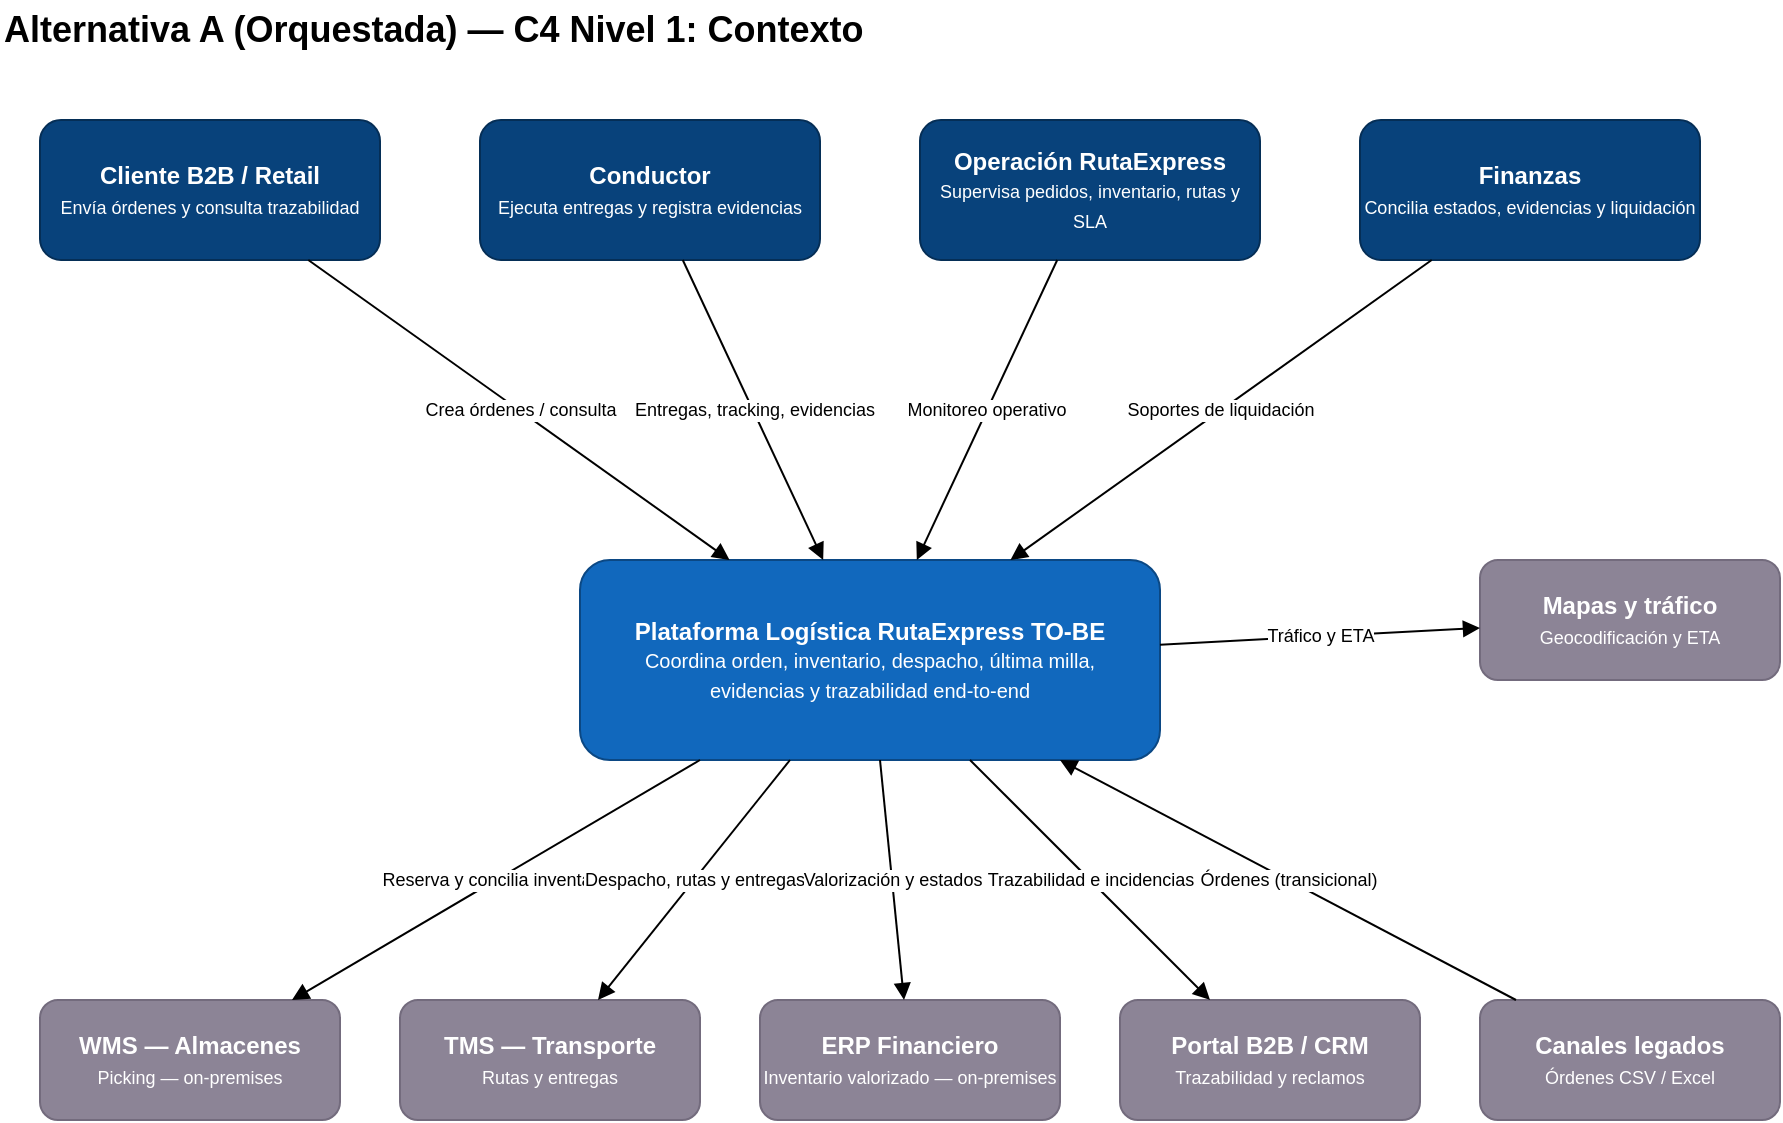
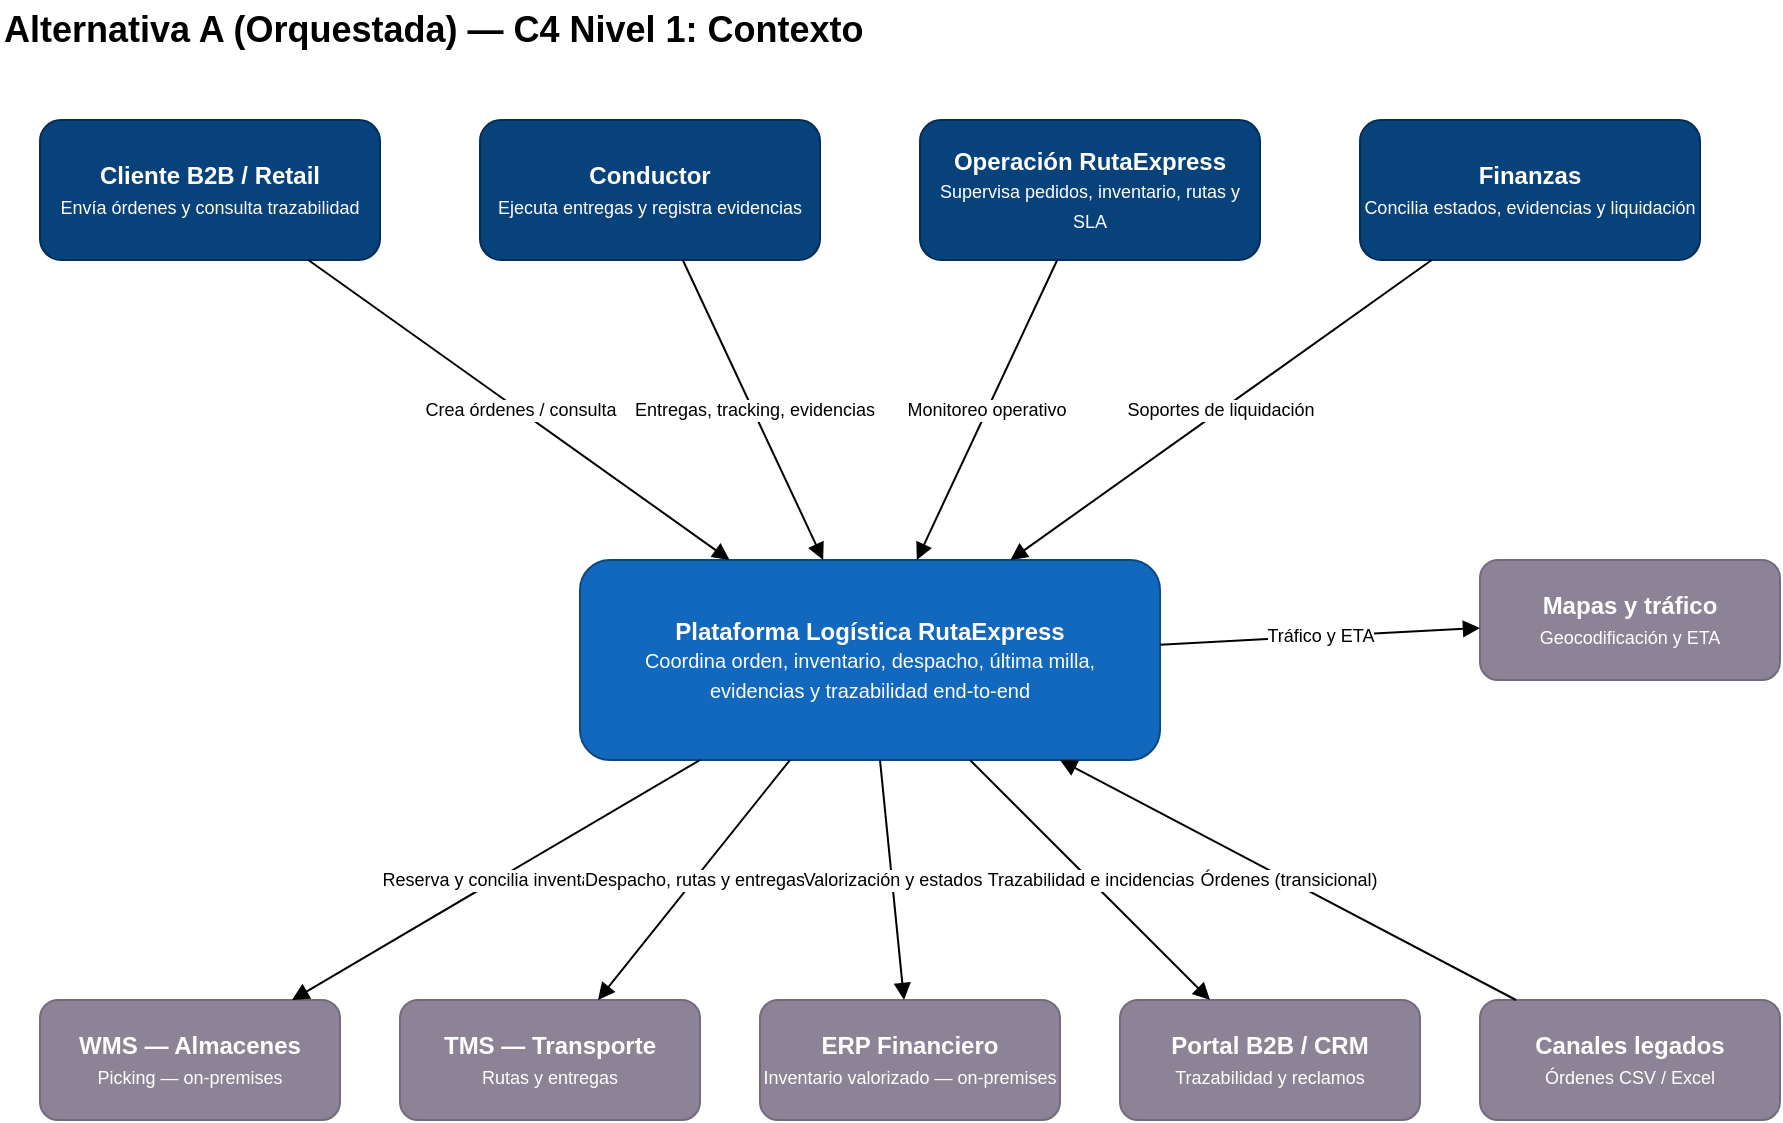
<mxfile host="app.diagrams.net" version="24.0.0" type="device">
  <diagram id="A-N1" name="A · Nivel 1 Contexto">
    <mxGraphModel dx="1200" dy="800" grid="1" gridSize="10" guides="1" tooltips="1" connect="1" arrows="1" fold="1" page="1" pageScale="1" pageWidth="1169" pageHeight="826" math="0" shadow="0">
      <root>
        <mxCell id="0" />
        <mxCell id="1" parent="0" />
        <mxCell id="t1" value="Alternativa A (Orquestada) — C4 Nivel 1: Contexto" style="text;html=1;fontSize=18;fontStyle=1;align=left;verticalAlign=middle;" vertex="1" parent="1"><mxGeometry x="40" y="20" width="700" height="30" as="geometry"/></mxCell>

        <mxCell id="a_cli" value="&lt;b&gt;Cliente B2B / Retail&lt;/b&gt;&lt;br&gt;&lt;font style=&quot;font-size:9px&quot;&gt;Envía órdenes y consulta trazabilidad&lt;/font&gt;" style="rounded=1;whiteSpace=wrap;html=1;fillColor=#08427B;strokeColor=#052E56;fontColor=#FFFFFF;" vertex="1" parent="1"><mxGeometry x="60" y="80" width="170" height="70" as="geometry"/></mxCell>
        <mxCell id="a_con" value="&lt;b&gt;Conductor&lt;/b&gt;&lt;br&gt;&lt;font style=&quot;font-size:9px&quot;&gt;Ejecuta entregas y registra evidencias&lt;/font&gt;" style="rounded=1;whiteSpace=wrap;html=1;fillColor=#08427B;strokeColor=#052E56;fontColor=#FFFFFF;" vertex="1" parent="1"><mxGeometry x="280" y="80" width="170" height="70" as="geometry"/></mxCell>
        <mxCell id="a_ope" value="&lt;b&gt;Operación RutaExpress&lt;/b&gt;&lt;br&gt;&lt;font style=&quot;font-size:9px&quot;&gt;Supervisa pedidos, inventario, rutas y SLA&lt;/font&gt;" style="rounded=1;whiteSpace=wrap;html=1;fillColor=#08427B;strokeColor=#052E56;fontColor=#FFFFFF;" vertex="1" parent="1"><mxGeometry x="500" y="80" width="170" height="70" as="geometry"/></mxCell>
        <mxCell id="a_fin" value="&lt;b&gt;Finanzas&lt;/b&gt;&lt;br&gt;&lt;font style=&quot;font-size:9px&quot;&gt;Concilia estados, evidencias y liquidación&lt;/font&gt;" style="rounded=1;whiteSpace=wrap;html=1;fillColor=#08427B;strokeColor=#052E56;fontColor=#FFFFFF;" vertex="1" parent="1"><mxGeometry x="720" y="80" width="170" height="70" as="geometry"/></mxCell>

-         <mxCell id="a_sys" value="&lt;b&gt;Plataforma Logística RutaExpress TO-BE&lt;/b&gt;&lt;br&gt;&lt;font style=&quot;font-size:10px&quot;&gt;Coordina orden, inventario, despacho, última milla,&lt;br&gt;evidencias y trazabilidad end-to-end&lt;/font&gt;" style="rounded=1;whiteSpace=wrap;html=1;fillColor=#1168BD;strokeColor=#0B4884;fontColor=#FFFFFF;" vertex="1" parent="1"><mxGeometry x="330" y="300" width="290" height="100" as="geometry"/></mxCell>
+         <mxCell id="a_sys" value="&lt;b&gt;Plataforma Logística RutaExpress&lt;/b&gt;&lt;br&gt;&lt;font style=&quot;font-size:10px&quot;&gt;Coordina orden, inventario, despacho, última milla,&lt;br&gt;evidencias y trazabilidad end-to-end&lt;/font&gt;" style="rounded=1;whiteSpace=wrap;html=1;fillColor=#1168BD;strokeColor=#0B4884;fontColor=#FFFFFF;" vertex="1" parent="1"><mxGeometry x="330" y="300" width="290" height="100" as="geometry"/></mxCell>

        <mxCell id="a_wms" value="&lt;b&gt;WMS — Almacenes&lt;/b&gt;&lt;br&gt;&lt;font style=&quot;font-size:9px&quot;&gt;Picking — on-premises&lt;/font&gt;" style="rounded=1;whiteSpace=wrap;html=1;fillColor=#8C8496;strokeColor=#736B7D;fontColor=#FFFFFF;" vertex="1" parent="1"><mxGeometry x="60" y="520" width="150" height="60" as="geometry"/></mxCell>
        <mxCell id="a_tms" value="&lt;b&gt;TMS — Transporte&lt;/b&gt;&lt;br&gt;&lt;font style=&quot;font-size:9px&quot;&gt;Rutas y entregas&lt;/font&gt;" style="rounded=1;whiteSpace=wrap;html=1;fillColor=#8C8496;strokeColor=#736B7D;fontColor=#FFFFFF;" vertex="1" parent="1"><mxGeometry x="240" y="520" width="150" height="60" as="geometry"/></mxCell>
        <mxCell id="a_erp" value="&lt;b&gt;ERP Financiero&lt;/b&gt;&lt;br&gt;&lt;font style=&quot;font-size:9px&quot;&gt;Inventario valorizado — on-premises&lt;/font&gt;" style="rounded=1;whiteSpace=wrap;html=1;fillColor=#8C8496;strokeColor=#736B7D;fontColor=#FFFFFF;" vertex="1" parent="1"><mxGeometry x="420" y="520" width="150" height="60" as="geometry"/></mxCell>
        <mxCell id="a_por" value="&lt;b&gt;Portal B2B / CRM&lt;/b&gt;&lt;br&gt;&lt;font style=&quot;font-size:9px&quot;&gt;Trazabilidad y reclamos&lt;/font&gt;" style="rounded=1;whiteSpace=wrap;html=1;fillColor=#8C8496;strokeColor=#736B7D;fontColor=#FFFFFF;" vertex="1" parent="1"><mxGeometry x="600" y="520" width="150" height="60" as="geometry"/></mxCell>
        <mxCell id="a_leg" value="&lt;b&gt;Canales legados&lt;/b&gt;&lt;br&gt;&lt;font style=&quot;font-size:9px&quot;&gt;Órdenes CSV / Excel&lt;/font&gt;" style="rounded=1;whiteSpace=wrap;html=1;fillColor=#8C8496;strokeColor=#736B7D;fontColor=#FFFFFF;" vertex="1" parent="1"><mxGeometry x="780" y="520" width="150" height="60" as="geometry"/></mxCell>
        <mxCell id="a_map" value="&lt;b&gt;Mapas y tráfico&lt;/b&gt;&lt;br&gt;&lt;font style=&quot;font-size:9px&quot;&gt;Geocodificación y ETA&lt;/font&gt;" style="rounded=1;whiteSpace=wrap;html=1;fillColor=#8C8496;strokeColor=#736B7D;fontColor=#FFFFFF;" vertex="1" parent="1"><mxGeometry x="780" y="300" width="150" height="60" as="geometry"/></mxCell>

        <mxCell id="e1" value="Crea órdenes / consulta" style="endArrow=block;html=1;fontSize=9;" edge="1" parent="1" source="a_cli" target="a_sys"><mxGeometry relative="1" as="geometry"/></mxCell>
        <mxCell id="e2" value="Entregas, tracking, evidencias" style="endArrow=block;html=1;fontSize=9;" edge="1" parent="1" source="a_con" target="a_sys"><mxGeometry relative="1" as="geometry"/></mxCell>
        <mxCell id="e3" value="Monitoreo operativo" style="endArrow=block;html=1;fontSize=9;" edge="1" parent="1" source="a_ope" target="a_sys"><mxGeometry relative="1" as="geometry"/></mxCell>
        <mxCell id="e4" value="Soportes de liquidación" style="endArrow=block;html=1;fontSize=9;" edge="1" parent="1" source="a_fin" target="a_sys"><mxGeometry relative="1" as="geometry"/></mxCell>
        <mxCell id="e5" value="Reserva y concilia inventario" style="endArrow=block;html=1;fontSize=9;" edge="1" parent="1" source="a_sys" target="a_wms"><mxGeometry relative="1" as="geometry"/></mxCell>
        <mxCell id="e6" value="Despacho, rutas y entregas" style="endArrow=block;html=1;fontSize=9;" edge="1" parent="1" source="a_sys" target="a_tms"><mxGeometry relative="1" as="geometry"/></mxCell>
        <mxCell id="e7" value="Valorización y estados" style="endArrow=block;html=1;fontSize=9;" edge="1" parent="1" source="a_sys" target="a_erp"><mxGeometry relative="1" as="geometry"/></mxCell>
        <mxCell id="e8" value="Trazabilidad e incidencias" style="endArrow=block;html=1;fontSize=9;" edge="1" parent="1" source="a_sys" target="a_por"><mxGeometry relative="1" as="geometry"/></mxCell>
        <mxCell id="e9" value="Órdenes (transicional)" style="endArrow=block;html=1;fontSize=9;" edge="1" parent="1" source="a_leg" target="a_sys"><mxGeometry relative="1" as="geometry"/></mxCell>
        <mxCell id="e10" value="Tráfico y ETA" style="endArrow=block;html=1;fontSize=9;" edge="1" parent="1" source="a_sys" target="a_map"><mxGeometry relative="1" as="geometry"/></mxCell>
      </root>
    </mxGraphModel>
  </diagram>

  <diagram id="A-N2" name="A · Nivel 2 Contenedores">
    <mxGraphModel dx="1200" dy="800" grid="1" gridSize="10" guides="1" tooltips="1" connect="1" arrows="1" fold="1" page="1" pageScale="1" pageWidth="1600" pageHeight="1100" math="0" shadow="0">
      <root>
        <mxCell id="0" />
        <mxCell id="1" parent="0" />
        <mxCell id="t2" value="Alternativa A (Orquestada) — C4 Nivel 2: Contenedores" style="text;html=1;fontSize=18;fontStyle=1;align=left;" vertex="1" parent="1"><mxGeometry x="40" y="20" width="800" height="30" as="geometry"/></mxCell>

        <mxCell id="n2_cli" value="Cliente B2B" style="rounded=1;whiteSpace=wrap;html=1;fillColor=#08427B;strokeColor=#052E56;fontColor=#FFFFFF;" vertex="1" parent="1"><mxGeometry x="60" y="70" width="120" height="50" as="geometry"/></mxCell>
        <mxCell id="n2_con" value="Conductor" style="rounded=1;whiteSpace=wrap;html=1;fillColor=#08427B;strokeColor=#052E56;fontColor=#FFFFFF;" vertex="1" parent="1"><mxGeometry x="1180" y="70" width="120" height="50" as="geometry"/></mxCell>
        <mxCell id="n2_ope" value="Operación / Finanzas" style="rounded=1;whiteSpace=wrap;html=1;fillColor=#08427B;strokeColor=#052E56;fontColor=#FFFFFF;" vertex="1" parent="1"><mxGeometry x="220" y="70" width="120" height="50" as="geometry"/></mxCell>

        <mxCell id="cl_azure" value="Azure — Núcleo e Integración" style="rounded=1;fillColor=none;strokeColor=#0078D4;dashed=1;verticalAlign=top;fontColor=#0078D4;fontStyle=1;html=1;" vertex="1" parent="1"><mxGeometry x="40" y="160" width="760" height="620" as="geometry"/></mxCell>
        <mxCell id="ic_apim" value="API Management&#10;&lt;font style=&quot;font-size:8px&quot;&gt;Gateway: OpenAPI, OAuth2, rate limit&lt;/font&gt;" style="sketch=0;html=1;aspect=fixed;verticalLabelPosition=bottom;verticalAlign=top;align=center;fontSize=9;fillColor=#0078D4;strokeColor=none;shape=mxgraph.azure.api_management;" vertex="1" parent="1"><mxGeometry x="90" y="220" width="60" height="60" as="geometry"/></mxCell>
        <mxCell id="ic_oms" value="OMS — Orquestador (AKS)&#10;&lt;font style=&quot;font-size:8px&quot;&gt;Orden, inventario, Saga, estado canónico&lt;/font&gt;" style="sketch=0;html=1;aspect=fixed;verticalLabelPosition=bottom;verticalAlign=top;align=center;fontSize=9;fillColor=#0078D4;strokeColor=none;shape=mxgraph.azure.kubernetes_services;" vertex="1" parent="1"><mxGeometry x="330" y="220" width="60" height="60" as="geometry"/></mxCell>
        <mxCell id="ic_sql" value="Azure SQL&#10;&lt;font style=&quot;font-size:8px&quot;&gt;Órdenes, inventario, outbox&lt;/font&gt;" style="sketch=0;html=1;aspect=fixed;verticalLabelPosition=bottom;verticalAlign=top;align=center;fontSize=9;fillColor=#0078D4;strokeColor=none;shape=mxgraph.azure.sql_database;" vertex="1" parent="1"><mxGeometry x="560" y="220" width="60" height="60" as="geometry"/></mxCell>
        <mxCell id="ic_bus" value="Bus de Eventos&#10;&lt;font style=&quot;font-size:8px&quot;&gt;Event Hubs + Service Bus: DLQ, replay&lt;/font&gt;" style="sketch=0;html=1;aspect=fixed;verticalLabelPosition=bottom;verticalAlign=top;align=center;fontSize=9;fillColor=#0078D4;strokeColor=none;shape=mxgraph.azure.event_hubs;" vertex="1" parent="1"><mxGeometry x="330" y="420" width="60" height="60" as="geometry"/></mxCell>
        <mxCell id="ic_iam" value="Entra ID + Key Vault&#10;&lt;font style=&quot;font-size:8px&quot;&gt;Identidad y secretos&lt;/font&gt;" style="sketch=0;html=1;aspect=fixed;verticalLabelPosition=bottom;verticalAlign=top;align=center;fontSize=9;fillColor=#5E5E5E;strokeColor=none;shape=mxgraph.azure.azure_active_directory;" vertex="1" parent="1"><mxGeometry x="90" y="620" width="60" height="60" as="geometry"/></mxCell>
        <mxCell id="ic_obs" value="Azure Monitor&#10;&lt;font style=&quot;font-size:8px&quot;&gt;Trazas, métricas, correlation ID&lt;/font&gt;" style="sketch=0;html=1;aspect=fixed;verticalLabelPosition=bottom;verticalAlign=top;align=center;fontSize=9;fillColor=#5E5E5E;strokeColor=none;shape=mxgraph.azure.monitor;" vertex="1" parent="1"><mxGeometry x="330" y="620" width="60" height="60" as="geometry"/></mxCell>

        <mxCell id="cl_aws" value="AWS — Última Milla" style="rounded=1;fillColor=none;strokeColor=#FF9900;dashed=1;verticalAlign=top;fontColor=#D86613;fontStyle=1;html=1;" vertex="1" parent="1"><mxGeometry x="840" y="160" width="360" height="300" as="geometry"/></mxCell>
        <mxCell id="ic_mob" value="Backend Última Milla&#10;&lt;font style=&quot;font-size:8px&quot;&gt;ECS/Lambda: store-and-forward&lt;/font&gt;" style="sketch=0;outlineConnect=0;fontColor=#232F3E;gradientColor=none;fillColor=#ED7100;strokeColor=none;verticalLabelPosition=bottom;verticalAlign=top;align=center;html=1;fontSize=9;aspect=fixed;shape=mxgraph.aws4.resourceIcon;resIcon=mxgraph.aws4.elastic_container_service;" vertex="1" parent="1"><mxGeometry x="880" y="220" width="60" height="60" as="geometry"/></mxCell>
        <mxCell id="ic_ddb" value="DynamoDB&#10;&lt;font style=&quot;font-size:8px&quot;&gt;Sincronización móvil offline&lt;/font&gt;" style="sketch=0;outlineConnect=0;fontColor=#232F3E;gradientColor=none;fillColor=#C925D1;strokeColor=none;verticalLabelPosition=bottom;verticalAlign=top;align=center;html=1;fontSize=9;aspect=fixed;shape=mxgraph.aws4.resourceIcon;resIcon=mxgraph.aws4.dynamodb;" vertex="1" parent="1"><mxGeometry x="1060" y="220" width="60" height="60" as="geometry"/></mxCell>
        <mxCell id="ic_s3" value="S3 + KMS&#10;&lt;font style=&quot;font-size:8px&quot;&gt;Evidencias con hash&lt;/font&gt;" style="sketch=0;outlineConnect=0;fontColor=#232F3E;gradientColor=none;fillColor=#7AA116;strokeColor=none;verticalLabelPosition=bottom;verticalAlign=top;align=center;html=1;fontSize=9;aspect=fixed;shape=mxgraph.aws4.resourceIcon;resIcon=mxgraph.aws4.simple_storage_service;" vertex="1" parent="1"><mxGeometry x="970" y="360" width="60" height="60" as="geometry"/></mxCell>

        <mxCell id="cl_gcp" value="GCP — Analítica" style="rounded=1;fillColor=none;strokeColor=#4285F4;dashed=1;verticalAlign=top;fontColor=#4285F4;fontStyle=1;html=1;" vertex="1" parent="1"><mxGeometry x="840" y="500" width="360" height="180" as="geometry"/></mxCell>
        <mxCell id="ic_gcp" value="Optimización y Analítica&#10;&lt;font style=&quot;font-size:8px&quot;&gt;Pub/Sub, Dataflow, BigQuery, Vertex AI&lt;/font&gt;" style="sketch=0;html=1;aspect=fixed;verticalLabelPosition=bottom;verticalAlign=top;align=center;fontSize=9;fillColor=#4285F4;strokeColor=none;shape=mxgraph.gcp2.big_query;" vertex="1" parent="1"><mxGeometry x="990" y="550" width="60" height="60" as="geometry"/></mxCell>

        <mxCell id="cl_onp" value="On-premises" style="rounded=1;fillColor=none;strokeColor=#666666;dashed=1;verticalAlign=top;fontColor=#666666;fontStyle=1;html=1;" vertex="1" parent="1"><mxGeometry x="40" y="820" width="360" height="120" as="geometry"/></mxCell>
        <mxCell id="ex_wms" value="WMS — Almacenes" style="rounded=1;whiteSpace=wrap;html=1;fillColor=#8C8496;strokeColor=#736B7D;fontColor=#FFFFFF;" vertex="1" parent="1"><mxGeometry x="70" y="860" width="140" height="50" as="geometry"/></mxCell>
        <mxCell id="ex_erp" value="ERP Financiero" style="rounded=1;whiteSpace=wrap;html=1;fillColor=#8C8496;strokeColor=#736B7D;fontColor=#FFFFFF;" vertex="1" parent="1"><mxGeometry x="230" y="860" width="140" height="50" as="geometry"/></mxCell>
        <mxCell id="ex_tms" value="TMS — Transporte" style="rounded=1;whiteSpace=wrap;html=1;fillColor=#8C8496;strokeColor=#736B7D;fontColor=#FFFFFF;" vertex="1" parent="1"><mxGeometry x="840" y="720" width="140" height="50" as="geometry"/></mxCell>
        <mxCell id="ex_por" value="Portal B2B / CRM" style="rounded=1;whiteSpace=wrap;html=1;fillColor=#8C8496;strokeColor=#736B7D;fontColor=#FFFFFF;" vertex="1" parent="1"><mxGeometry x="1010" y="720" width="140" height="50" as="geometry"/></mxCell>
        <mxCell id="ex_map" value="Mapas y tráfico" style="rounded=1;whiteSpace=wrap;html=1;fillColor=#8C8496;strokeColor=#736B7D;fontColor=#FFFFFF;" vertex="1" parent="1"><mxGeometry x="1180" y="550" width="140" height="50" as="geometry"/></mxCell>

        <mxCell id="r1" value="Órdenes/consultas HTTPS/REST" style="endArrow=block;html=1;fontSize=8;" edge="1" parent="1" source="n2_cli" target="ic_apim"><mxGeometry relative="1" as="geometry"/></mxCell>
        <mxCell id="r2" value="Consultas HTTPS" style="endArrow=block;html=1;fontSize=8;" edge="1" parent="1" source="n2_ope" target="ic_apim"><mxGeometry relative="1" as="geometry"/></mxCell>
        <mxCell id="r3" value="HTTPS · OAuth2+PKCE" style="endArrow=block;html=1;fontSize=8;" edge="1" parent="1" source="n2_con" target="ic_mob"><mxGeometry relative="1" as="geometry"/></mxCell>
        <mxCell id="r4" value="Comandos/consultas HTTPS/REST" style="endArrow=block;html=1;fontSize=8;" edge="1" parent="1" source="ic_apim" target="ic_oms"><mxGeometry relative="1" as="geometry"/></mxCell>
        <mxCell id="r5" value="TDS · private endpoint" style="endArrow=block;html=1;fontSize=8;" edge="1" parent="1" source="ic_oms" target="ic_sql"><mxGeometry relative="1" as="geometry"/></mxCell>
        <mxCell id="r6" value="Publica eventos (Outbox) · AMQP" style="endArrow=block;html=1;fontSize=8;" edge="1" parent="1" source="ic_oms" target="ic_bus"><mxGeometry relative="1" as="geometry"/></mxCell>
        <mxCell id="r7" value="Reserva física · VPN" style="endArrow=block;html=1;fontSize=8;" edge="1" parent="1" source="ic_oms" target="ex_wms"><mxGeometry relative="1" as="geometry"/></mxCell>
        <mxCell id="r8" value="Valorización · VPN" style="endArrow=block;html=1;fontSize=8;" edge="1" parent="1" source="ic_oms" target="ex_erp"><mxGeometry relative="1" as="geometry"/></mxCell>
        <mxCell id="r9" value="Eventos despacho/ruta · AMQP→HTTPS" style="endArrow=block;html=1;fontSize=8;" edge="1" parent="1" source="ic_bus" target="ic_mob"><mxGeometry relative="1" as="geometry"/></mxCell>
        <mxCell id="r10" value="Sync offline" style="endArrow=block;html=1;fontSize=8;" edge="1" parent="1" source="ic_mob" target="ic_ddb"><mxGeometry relative="1" as="geometry"/></mxCell>
        <mxCell id="r11" value="Evidencias · KMS" style="endArrow=block;html=1;fontSize=8;" edge="1" parent="1" source="ic_mob" target="ic_s3"><mxGeometry relative="1" as="geometry"/></mxCell>
        <mxCell id="r12" value="Tracking/evidencia · HTTPS→AMQP" style="endArrow=block;html=1;fontSize=8;" edge="1" parent="1" source="ic_mob" target="ic_bus"><mxGeometry relative="1" as="geometry"/></mxCell>
        <mxCell id="r13" value="Stream de eventos · AMQP→Pub/Sub" style="endArrow=block;html=1;fontSize=8;" edge="1" parent="1" source="ic_bus" target="ic_gcp"><mxGeometry relative="1" as="geometry"/></mxCell>
        <mxCell id="r14" value="Estados y excepciones" style="endArrow=block;html=1;fontSize=8;" edge="1" parent="1" source="ic_bus" target="ex_por"><mxGeometry relative="1" as="geometry"/></mxCell>
        <mxCell id="r15" value="Despacho y entregas" style="endArrow=block;html=1;fontSize=8;" edge="1" parent="1" source="ic_bus" target="ex_tms"><mxGeometry relative="1" as="geometry"/></mxCell>
        <mxCell id="r16" value="Rutas optimizadas" style="endArrow=block;html=1;fontSize=8;" edge="1" parent="1" source="ic_gcp" target="ex_tms"><mxGeometry relative="1" as="geometry"/></mxCell>
        <mxCell id="r17" value="Tráfico y ETA" style="endArrow=block;html=1;fontSize=8;" edge="1" parent="1" source="ic_gcp" target="ex_map"><mxGeometry relative="1" as="geometry"/></mxCell>
        <mxCell id="r18" value="OIDC / Key Vault" style="endArrow=block;html=1;dashed=1;fontSize=8;" edge="1" parent="1" source="ic_oms" target="ic_iam"><mxGeometry relative="1" as="geometry"/></mxCell>
        <mxCell id="r19" value="OTLP" style="endArrow=block;html=1;dashed=1;fontSize=8;" edge="1" parent="1" source="ic_oms" target="ic_obs"><mxGeometry relative="1" as="geometry"/></mxCell>
      </root>
    </mxGraphModel>
  </diagram>

  <diagram id="A-N3" name="A · Nivel 3 Reserva Inventario">
    <mxGraphModel dx="1200" dy="800" grid="1" gridSize="10" guides="1" tooltips="1" connect="1" arrows="1" fold="1" page="1" pageScale="1" pageWidth="1500" pageHeight="900" math="0" shadow="0">
      <root>
        <mxCell id="0" />
        <mxCell id="1" parent="0" />
        <mxCell id="t3" value="Alternativa A (Orquestada) — C4 Nivel 3: Reserva de Inventario (dentro del OMS)" style="text;html=1;fontSize=16;fontStyle=1;align=left;" vertex="1" parent="1"><mxGeometry x="40" y="20" width="1000" height="30" as="geometry"/></mxCell>
        <mxCell id="t3b" value="La Saga COMANDA cada paso y ejecuta la compensación — comparar con B (mismo dominio, coreografiado)" style="text;html=1;fontSize=11;fontStyle=2;align=left;fontColor=#666666;" vertex="1" parent="1"><mxGeometry x="40" y="50" width="1000" height="20" as="geometry"/></mxCell>

        <mxCell id="x_bus" value="Bus de Eventos&#10;(Event Hubs + Service Bus)" style="rounded=1;whiteSpace=wrap;html=1;fillColor=#8C8496;strokeColor=#736B7D;fontColor=#FFFFFF;fontSize=9;" vertex="1" parent="1"><mxGeometry x="60" y="120" width="150" height="60" as="geometry"/></mxCell>
        <mxCell id="x_sql" value="BD Transaccional&#10;(Azure SQL: estado + outbox)" style="shape=cylinder3;whiteSpace=wrap;html=1;fillColor=#8C8496;strokeColor=#736B7D;fontColor=#FFFFFF;fontSize=9;boundedLbl=1;backgroundOutline=1;" vertex="1" parent="1"><mxGeometry x="1300" y="300" width="130" height="70" as="geometry"/></mxCell>
        <mxCell id="x_wms" value="WMS — Almacenes&#10;(on-premises)" style="rounded=1;whiteSpace=wrap;html=1;fillColor=#8C8496;strokeColor=#736B7D;fontColor=#FFFFFF;fontSize=9;" vertex="1" parent="1"><mxGeometry x="1300" y="480" width="130" height="50" as="geometry"/></mxCell>
        <mxCell id="x_erp" value="ERP Financiero&#10;(on-premises)" style="rounded=1;whiteSpace=wrap;html=1;fillColor=#8C8496;strokeColor=#736B7D;fontColor=#FFFFFF;fontSize=9;" vertex="1" parent="1"><mxGeometry x="1300" y="560" width="130" height="50" as="geometry"/></mxCell>
        <mxCell id="x_iam" value="Identidad y Secretos&#10;(Entra ID + Key Vault)" style="rounded=1;whiteSpace=wrap;html=1;fillColor=#8C8496;strokeColor=#736B7D;fontColor=#FFFFFF;fontSize=9;" vertex="1" parent="1"><mxGeometry x="60" y="760" width="150" height="50" as="geometry"/></mxCell>

        <mxCell id="bnd_oms" value="OMS — Reserva de Inventario (orquestada por la Saga)" style="rounded=1;fillColor=none;strokeColor=#0B4884;dashed=1;verticalAlign=top;fontColor=#0B4884;fontStyle=1;html=1;" vertex="1" parent="1"><mxGeometry x="300" y="100" width="940" height="720" as="geometry"/></mxCell>

        <mxCell id="c_saga" value="&lt;b&gt;Orquestador de Reserva (Saga)&lt;/b&gt;&lt;br&gt;&lt;font style=&quot;font-size:8px&quot;&gt;COMANDA cada paso y ejecuta la compensación&lt;/font&gt;" style="rounded=1;whiteSpace=wrap;html=1;fillColor=#1168BD;strokeColor=#0B4884;fontColor=#FFFFFF;fontSize=10;fontStyle=1;" vertex="1" parent="1"><mxGeometry x="640" y="360" width="240" height="80" as="geometry"/></mxCell>
        <mxCell id="c_res" value="&lt;b&gt;Manejador de Reserva&lt;/b&gt;&lt;br&gt;&lt;font style=&quot;font-size:8px&quot;&gt;Reserva atómica: Reservado o Insuficiente&lt;/font&gt;" style="rounded=1;whiteSpace=wrap;html=1;fillColor=#85BBF0;strokeColor=#5D82A8;fontSize=9;" vertex="1" parent="1"><mxGeometry x="360" y="230" width="200" height="60" as="geometry"/></mxCell>
        <mxCell id="c_inv" value="&lt;b&gt;Inventario y Reservas&lt;/b&gt;&lt;br&gt;&lt;font style=&quot;font-size:8px&quot;&gt;Disponibilidad y estado del stock&lt;/font&gt;" style="rounded=1;whiteSpace=wrap;html=1;fillColor=#85BBF0;strokeColor=#5D82A8;fontSize=9;" vertex="1" parent="1"><mxGeometry x="360" y="370" width="200" height="60" as="geometry"/></mxCell>
        <mxCell id="c_aud" value="&lt;b&gt;Registro Auditable de Movimientos&lt;/b&gt;&lt;br&gt;&lt;font style=&quot;font-size:8px&quot;&gt;Actor, motivo, correlation ID&lt;/font&gt;" style="rounded=1;whiteSpace=wrap;html=1;fillColor=#85BBF0;strokeColor=#5D82A8;fontSize=9;" vertex="1" parent="1"><mxGeometry x="360" y="510" width="200" height="60" as="geometry"/></mxCell>
        <mxCell id="c_recon" value="&lt;b&gt;Reconciliador&lt;/b&gt;&lt;br&gt;&lt;font style=&quot;font-size:8px&quot;&gt;Conflictos WMS central vs locales&lt;/font&gt;" style="rounded=1;whiteSpace=wrap;html=1;fillColor=#85BBF0;strokeColor=#5D82A8;fontSize=9;" vertex="1" parent="1"><mxGeometry x="360" y="650" width="200" height="60" as="geometry"/></mxCell>
        <mxCell id="c_adapt" value="&lt;b&gt;Adaptador de Transición WMS&lt;/b&gt;&lt;br&gt;&lt;font style=&quot;font-size:8px&quot;&gt;Circuit Breaker + Timeout + Retry&lt;/font&gt;" style="rounded=1;whiteSpace=wrap;html=1;fillColor=#85BBF0;strokeColor=#5D82A8;fontSize=9;" vertex="1" parent="1"><mxGeometry x="960" y="480" width="200" height="60" as="geometry"/></mxCell>
        <mxCell id="c_outbox" value="&lt;b&gt;Publicador Outbox&lt;/b&gt;&lt;br&gt;&lt;font style=&quot;font-size:8px&quot;&gt;Publica el resultado de forma confiable&lt;/font&gt;" style="rounded=1;whiteSpace=wrap;html=1;fillColor=#85BBF0;strokeColor=#5D82A8;fontSize=9;" vertex="1" parent="1"><mxGeometry x="960" y="650" width="200" height="60" as="geometry"/></mxCell>

        <mxCell id="m1" value="Reservar (comando)" style="endArrow=block;html=1;fontSize=8;strokeColor=#0B4884;strokeWidth=2;" edge="1" parent="1" source="c_saga" target="c_res"><mxGeometry relative="1" as="geometry"/></mxCell>
        <mxCell id="m2" value="Liberar — COMPENSACIÓN (comando)" style="endArrow=block;html=1;fontSize=8;strokeColor=#B85450;strokeWidth=2;dashed=1;" edge="1" parent="1" source="c_saga" target="c_res"><mxGeometry relative="1" as="geometry"><mxPoint x="600" y="330" as="sourcePoint"/></mxGeometry></mxCell>
        <mxCell id="m3" value="Reserva física (comando)" style="endArrow=block;html=1;fontSize=8;strokeColor=#0B4884;strokeWidth=2;" edge="1" parent="1" source="c_saga" target="c_adapt"><mxGeometry relative="1" as="geometry"/></mxCell>
        <mxCell id="m4" value="Valorización (comando) · VPN" style="endArrow=block;html=1;fontSize=8;strokeColor=#0B4884;strokeWidth=2;" edge="1" parent="1" source="c_saga" target="x_erp"><mxGeometry relative="1" as="geometry"/></mxCell>
        <mxCell id="m5" value="Verifica y reserva" style="endArrow=block;html=1;fontSize=8;" edge="1" parent="1" source="c_res" target="c_inv"><mxGeometry relative="1" as="geometry"/></mxCell>
        <mxCell id="m6" value="Registra" style="endArrow=block;html=1;fontSize=8;" edge="1" parent="1" source="c_res" target="c_aud"><mxGeometry relative="1" as="geometry"/></mxCell>
        <mxCell id="m7" value="Reserva/consulta · VPN" style="endArrow=block;html=1;fontSize=8;" edge="1" parent="1" source="c_adapt" target="x_wms"><mxGeometry relative="1" as="geometry"/></mxCell>
        <mxCell id="m8" value="Deriva conflictos" style="endArrow=block;html=1;fontSize=8;" edge="1" parent="1" source="c_inv" target="c_recon"><mxGeometry relative="1" as="geometry"/></mxCell>
        <mxCell id="m9" value="Persiste + outbox · TDS" style="endArrow=block;html=1;fontSize=8;" edge="1" parent="1" source="c_res" target="x_sql"><mxGeometry relative="1" as="geometry"/></mxCell>
        <mxCell id="m10" value="Lee outbox · TDS" style="endArrow=block;html=1;fontSize=8;" edge="1" parent="1" source="c_outbox" target="x_sql"><mxGeometry relative="1" as="geometry"/></mxCell>
        <mxCell id="m11" value="Publica resultado · AMQP" style="endArrow=block;html=1;fontSize=8;" edge="1" parent="1" source="c_outbox" target="x_bus"><mxGeometry relative="1" as="geometry"/></mxCell>
        <mxCell id="m12" value="Secretos · Key Vault" style="endArrow=block;html=1;dashed=1;fontSize=8;" edge="1" parent="1" source="c_outbox" target="x_iam"><mxGeometry relative="1" as="geometry"/></mxCell>
      </root>
    </mxGraphModel>
  </diagram>

  <diagram id="B-N1" name="B · Nivel 1 Contexto">
    <mxGraphModel dx="1200" dy="800" grid="1" gridSize="10" guides="1" tooltips="1" connect="1" arrows="1" fold="1" page="1" pageScale="1" pageWidth="1169" pageHeight="826" math="0" shadow="0">
      <root>
        <mxCell id="0" />
        <mxCell id="1" parent="0" />
        <mxCell id="tb1" value="Alternativa B (Coreografiada) — C4 Nivel 1: Contexto&#10;(mismo alcance y actores que A; la diferencia aparece en N2/N3)" style="text;html=1;fontSize=15;fontStyle=1;align=left;" vertex="1" parent="1"><mxGeometry x="40" y="20" width="900" height="40" as="geometry"/></mxCell>

        <mxCell id="b_cli" value="&lt;b&gt;Cliente B2B / Retail&lt;/b&gt;&lt;br&gt;&lt;font style=&quot;font-size:9px&quot;&gt;Envía órdenes y consulta trazabilidad&lt;/font&gt;" style="rounded=1;whiteSpace=wrap;html=1;fillColor=#08427B;strokeColor=#052E56;fontColor=#FFFFFF;" vertex="1" parent="1"><mxGeometry x="60" y="90" width="170" height="70" as="geometry"/></mxCell>
        <mxCell id="b_con" value="&lt;b&gt;Conductor&lt;/b&gt;&lt;br&gt;&lt;font style=&quot;font-size:9px&quot;&gt;Ejecuta entregas y registra evidencias&lt;/font&gt;" style="rounded=1;whiteSpace=wrap;html=1;fillColor=#08427B;strokeColor=#052E56;fontColor=#FFFFFF;" vertex="1" parent="1"><mxGeometry x="280" y="90" width="170" height="70" as="geometry"/></mxCell>
        <mxCell id="b_ope" value="&lt;b&gt;Operación RutaExpress&lt;/b&gt;&lt;br&gt;&lt;font style=&quot;font-size:9px&quot;&gt;Supervisa pedidos, rutas y SLA&lt;/font&gt;" style="rounded=1;whiteSpace=wrap;html=1;fillColor=#08427B;strokeColor=#052E56;fontColor=#FFFFFF;" vertex="1" parent="1"><mxGeometry x="500" y="90" width="170" height="70" as="geometry"/></mxCell>
        <mxCell id="b_fin" value="&lt;b&gt;Finanzas&lt;/b&gt;&lt;br&gt;&lt;font style=&quot;font-size:9px&quot;&gt;Concilia estados y liquidación&lt;/font&gt;" style="rounded=1;whiteSpace=wrap;html=1;fillColor=#08427B;strokeColor=#052E56;fontColor=#FFFFFF;" vertex="1" parent="1"><mxGeometry x="720" y="90" width="170" height="70" as="geometry"/></mxCell>

-         <mxCell id="b_sys" value="&lt;b&gt;Plataforma Logística RutaExpress TO-BE&lt;/b&gt;&lt;br&gt;&lt;font style=&quot;font-size:10px&quot;&gt;Coordina orden, inventario, despacho, última milla,&lt;br&gt;evidencias y trazabilidad end-to-end&lt;/font&gt;" style="rounded=1;whiteSpace=wrap;html=1;fillColor=#1168BD;strokeColor=#0B4884;fontColor=#FFFFFF;" vertex="1" parent="1"><mxGeometry x="330" y="310" width="290" height="100" as="geometry"/></mxCell>
+         <mxCell id="b_sys" value="&lt;b&gt;Plataforma Logística RutaExpress&lt;/b&gt;&lt;br&gt;&lt;font style=&quot;font-size:10px&quot;&gt;Coordina orden, inventario, despacho, última milla,&lt;br&gt;evidencias y trazabilidad end-to-end&lt;/font&gt;" style="rounded=1;whiteSpace=wrap;html=1;fillColor=#1168BD;strokeColor=#0B4884;fontColor=#FFFFFF;" vertex="1" parent="1"><mxGeometry x="330" y="310" width="290" height="100" as="geometry"/></mxCell>

        <mxCell id="b_wms" value="&lt;b&gt;WMS — Almacenes&lt;/b&gt;&lt;br&gt;&lt;font style=&quot;font-size:9px&quot;&gt;on-premises&lt;/font&gt;" style="rounded=1;whiteSpace=wrap;html=1;fillColor=#8C8496;strokeColor=#736B7D;fontColor=#FFFFFF;" vertex="1" parent="1"><mxGeometry x="60" y="530" width="150" height="60" as="geometry"/></mxCell>
        <mxCell id="b_tms" value="&lt;b&gt;TMS — Transporte&lt;/b&gt;" style="rounded=1;whiteSpace=wrap;html=1;fillColor=#8C8496;strokeColor=#736B7D;fontColor=#FFFFFF;" vertex="1" parent="1"><mxGeometry x="240" y="530" width="150" height="60" as="geometry"/></mxCell>
        <mxCell id="b_erp" value="&lt;b&gt;ERP Financiero&lt;/b&gt;&lt;br&gt;&lt;font style=&quot;font-size:9px&quot;&gt;on-premises&lt;/font&gt;" style="rounded=1;whiteSpace=wrap;html=1;fillColor=#8C8496;strokeColor=#736B7D;fontColor=#FFFFFF;" vertex="1" parent="1"><mxGeometry x="420" y="530" width="150" height="60" as="geometry"/></mxCell>
        <mxCell id="b_por" value="&lt;b&gt;Portal B2B / CRM&lt;/b&gt;" style="rounded=1;whiteSpace=wrap;html=1;fillColor=#8C8496;strokeColor=#736B7D;fontColor=#FFFFFF;" vertex="1" parent="1"><mxGeometry x="600" y="530" width="150" height="60" as="geometry"/></mxCell>
        <mxCell id="b_leg" value="&lt;b&gt;Canales legados&lt;/b&gt;" style="rounded=1;whiteSpace=wrap;html=1;fillColor=#8C8496;strokeColor=#736B7D;fontColor=#FFFFFF;" vertex="1" parent="1"><mxGeometry x="780" y="530" width="150" height="60" as="geometry"/></mxCell>
        <mxCell id="b_map" value="&lt;b&gt;Mapas y tráfico&lt;/b&gt;" style="rounded=1;whiteSpace=wrap;html=1;fillColor=#8C8496;strokeColor=#736B7D;fontColor=#FFFFFF;" vertex="1" parent="1"><mxGeometry x="780" y="310" width="150" height="60" as="geometry"/></mxCell>

        <mxCell id="be1" value="Órdenes / estado" style="endArrow=block;html=1;fontSize=9;" edge="1" parent="1" source="b_cli" target="b_sys"><mxGeometry relative="1" as="geometry"/></mxCell>
        <mxCell id="be2" value="Entregas y evidencias" style="endArrow=block;html=1;fontSize=9;" edge="1" parent="1" source="b_con" target="b_sys"><mxGeometry relative="1" as="geometry"/></mxCell>
        <mxCell id="be3" value="Monitoreo" style="endArrow=block;html=1;fontSize=9;" edge="1" parent="1" source="b_ope" target="b_sys"><mxGeometry relative="1" as="geometry"/></mxCell>
        <mxCell id="be4" value="Liquidación" style="endArrow=block;html=1;fontSize=9;" edge="1" parent="1" source="b_fin" target="b_sys"><mxGeometry relative="1" as="geometry"/></mxCell>
        <mxCell id="be5" value="Inventario" style="endArrow=block;html=1;fontSize=9;" edge="1" parent="1" source="b_sys" target="b_wms"><mxGeometry relative="1" as="geometry"/></mxCell>
        <mxCell id="be6" value="Despacho/rutas" style="endArrow=block;html=1;fontSize=9;" edge="1" parent="1" source="b_sys" target="b_tms"><mxGeometry relative="1" as="geometry"/></mxCell>
        <mxCell id="be7" value="Valorización" style="endArrow=block;html=1;fontSize=9;" edge="1" parent="1" source="b_sys" target="b_erp"><mxGeometry relative="1" as="geometry"/></mxCell>
        <mxCell id="be8" value="Trazabilidad" style="endArrow=block;html=1;fontSize=9;" edge="1" parent="1" source="b_sys" target="b_por"><mxGeometry relative="1" as="geometry"/></mxCell>
        <mxCell id="be9" value="Órdenes (transicional)" style="endArrow=block;html=1;fontSize=9;" edge="1" parent="1" source="b_leg" target="b_sys"><mxGeometry relative="1" as="geometry"/></mxCell>
        <mxCell id="be10" value="Tráfico y ETA" style="endArrow=block;html=1;fontSize=9;" edge="1" parent="1" source="b_sys" target="b_map"><mxGeometry relative="1" as="geometry"/></mxCell>
      </root>
    </mxGraphModel>
  </diagram>

  <diagram id="B-N2" name="B · Nivel 2 Contenedores">
    <mxGraphModel dx="1200" dy="800" grid="1" gridSize="10" guides="1" tooltips="1" connect="1" arrows="1" fold="1" page="1" pageScale="1" pageWidth="1600" pageHeight="1100" math="0" shadow="0">
      <root>
        <mxCell id="0" />
        <mxCell id="1" parent="0" />
        <mxCell id="tb2" value="Alternativa B (Coreografiada) — C4 Nivel 2: Contenedores&#10;Sin orquestador · Log de eventos = fuente de verdad (Event Sourcing) · CQRS" style="text;html=1;fontSize=15;fontStyle=1;align=left;" vertex="1" parent="1"><mxGeometry x="40" y="15" width="900" height="45" as="geometry"/></mxCell>

        <mxCell id="q2_cli" value="Cliente B2B" style="rounded=1;whiteSpace=wrap;html=1;fillColor=#08427B;strokeColor=#052E56;fontColor=#FFFFFF;" vertex="1" parent="1"><mxGeometry x="60" y="80" width="120" height="50" as="geometry"/></mxCell>
        <mxCell id="q2_ope" value="Operación / Finanzas" style="rounded=1;whiteSpace=wrap;html=1;fillColor=#08427B;strokeColor=#052E56;fontColor=#FFFFFF;" vertex="1" parent="1"><mxGeometry x="220" y="80" width="120" height="50" as="geometry"/></mxCell>
        <mxCell id="q2_con" value="Conductor" style="rounded=1;whiteSpace=wrap;html=1;fillColor=#08427B;strokeColor=#052E56;fontColor=#FFFFFF;" vertex="1" parent="1"><mxGeometry x="1180" y="80" width="120" height="50" as="geometry"/></mxCell>

        <mxCell id="qcl_azure" value="Azure — Núcleo e Integración (coreografiado)" style="rounded=1;fillColor=none;strokeColor=#0078D4;dashed=1;verticalAlign=top;fontColor=#0078D4;fontStyle=1;html=1;" vertex="1" parent="1"><mxGeometry x="40" y="160" width="780" height="640" as="geometry"/></mxCell>
        <mxCell id="qic_apim" value="API Management&#10;&lt;font style=&quot;font-size:8px&quot;&gt;Gateway OpenAPI, OAuth2&lt;/font&gt;" style="sketch=0;html=1;aspect=fixed;verticalLabelPosition=bottom;verticalAlign=top;align=center;fontSize=9;fillColor=#0078D4;strokeColor=none;shape=mxgraph.azure.api_management;" vertex="1" parent="1"><mxGeometry x="90" y="210" width="60" height="60" as="geometry"/></mxCell>
        <mxCell id="qic_oms" value="Servicio de Órdenes (AKS)&#10;&lt;font style=&quot;font-size:8px&quot;&gt;Valida, deduplica, publica eventos&lt;/font&gt;" style="sketch=0;html=1;aspect=fixed;verticalLabelPosition=bottom;verticalAlign=top;align=center;fontSize=9;fillColor=#0078D4;strokeColor=none;shape=mxgraph.azure.kubernetes_services;" vertex="1" parent="1"><mxGeometry x="300" y="210" width="60" height="60" as="geometry"/></mxCell>
        <mxCell id="qic_inv" value="Servicio de Inventario (AKS)&#10;&lt;font style=&quot;font-size:8px&quot;&gt;Autónomo: reserva/compensa por eventos&lt;/font&gt;" style="sketch=0;html=1;aspect=fixed;verticalLabelPosition=bottom;verticalAlign=top;align=center;fontSize=9;fillColor=#0078D4;strokeColor=none;shape=mxgraph.azure.kubernetes_services;" vertex="1" parent="1"><mxGeometry x="520" y="210" width="60" height="60" as="geometry"/></mxCell>
        <mxCell id="qic_log" value="Log de Eventos — fuente de verdad&#10;&lt;font style=&quot;font-size:8px&quot;&gt;Event Hubs + Service Bus: Event Sourcing, DLQ, replay&lt;/font&gt;" style="sketch=0;html=1;aspect=fixed;verticalLabelPosition=bottom;verticalAlign=top;align=center;fontSize=9;fillColor=#0078D4;strokeColor=none;shape=mxgraph.azure.event_hubs;" vertex="1" parent="1"><mxGeometry x="360" y="420" width="60" height="60" as="geometry"/></mxCell>
        <mxCell id="qic_query" value="Servicio de Consultas (CQRS)&#10;&lt;font style=&quot;font-size:8px&quot;&gt;AKS + Azure SQL: proyecciones de lectura&lt;/font&gt;" style="sketch=0;html=1;aspect=fixed;verticalLabelPosition=bottom;verticalAlign=top;align=center;fontSize=9;fillColor=#0078D4;strokeColor=none;shape=mxgraph.azure.sql_database;" vertex="1" parent="1"><mxGeometry x="120" y="420" width="60" height="60" as="geometry"/></mxCell>
        <mxCell id="qic_adap" value="Adaptadores WMS/ERP (AKS)&#10;&lt;font style=&quot;font-size:8px&quot;&gt;Traducen eventos ↔ on-prem&lt;/font&gt;" style="sketch=0;html=1;aspect=fixed;verticalLabelPosition=bottom;verticalAlign=top;align=center;fontSize=9;fillColor=#0078D4;strokeColor=none;shape=mxgraph.azure.kubernetes_services;" vertex="1" parent="1"><mxGeometry x="600" y="420" width="60" height="60" as="geometry"/></mxCell>
        <mxCell id="qic_iam" value="Entra ID + Key Vault&#10;&lt;font style=&quot;font-size:8px&quot;&gt;Identidad y secretos&lt;/font&gt;" style="sketch=0;html=1;aspect=fixed;verticalLabelPosition=bottom;verticalAlign=top;align=center;fontSize=9;fillColor=#5E5E5E;strokeColor=none;shape=mxgraph.azure.azure_active_directory;" vertex="1" parent="1"><mxGeometry x="120" y="640" width="60" height="60" as="geometry"/></mxCell>
        <mxCell id="qic_obs" value="Azure Monitor&#10;&lt;font style=&quot;font-size:8px&quot;&gt;Trazas y correlation ID&lt;/font&gt;" style="sketch=0;html=1;aspect=fixed;verticalLabelPosition=bottom;verticalAlign=top;align=center;fontSize=9;fillColor=#5E5E5E;strokeColor=none;shape=mxgraph.azure.monitor;" vertex="1" parent="1"><mxGeometry x="360" y="640" width="60" height="60" as="geometry"/></mxCell>

        <mxCell id="qcl_aws" value="AWS — Última Milla" style="rounded=1;fillColor=none;strokeColor=#FF9900;dashed=1;verticalAlign=top;fontColor=#D86613;fontStyle=1;html=1;" vertex="1" parent="1"><mxGeometry x="860" y="160" width="360" height="300" as="geometry"/></mxCell>
        <mxCell id="qic_mob" value="Backend Última Milla&#10;&lt;font style=&quot;font-size:8px&quot;&gt;ECS/Lambda: store-and-forward&lt;/font&gt;" style="sketch=0;outlineConnect=0;fontColor=#232F3E;fillColor=#ED7100;strokeColor=none;verticalLabelPosition=bottom;verticalAlign=top;align=center;html=1;fontSize=9;aspect=fixed;shape=mxgraph.aws4.resourceIcon;resIcon=mxgraph.aws4.elastic_container_service;" vertex="1" parent="1"><mxGeometry x="900" y="220" width="60" height="60" as="geometry"/></mxCell>
        <mxCell id="qic_ddb" value="DynamoDB&#10;&lt;font style=&quot;font-size:8px&quot;&gt;Sync móvil offline&lt;/font&gt;" style="sketch=0;outlineConnect=0;fontColor=#232F3E;fillColor=#C925D1;strokeColor=none;verticalLabelPosition=bottom;verticalAlign=top;align=center;html=1;fontSize=9;aspect=fixed;shape=mxgraph.aws4.resourceIcon;resIcon=mxgraph.aws4.dynamodb;" vertex="1" parent="1"><mxGeometry x="1080" y="220" width="60" height="60" as="geometry"/></mxCell>
        <mxCell id="qic_s3" value="S3 + KMS&#10;&lt;font style=&quot;font-size:8px&quot;&gt;Evidencias con hash&lt;/font&gt;" style="sketch=0;outlineConnect=0;fontColor=#232F3E;fillColor=#7AA116;strokeColor=none;verticalLabelPosition=bottom;verticalAlign=top;align=center;html=1;fontSize=9;aspect=fixed;shape=mxgraph.aws4.resourceIcon;resIcon=mxgraph.aws4.simple_storage_service;" vertex="1" parent="1"><mxGeometry x="990" y="360" width="60" height="60" as="geometry"/></mxCell>

        <mxCell id="qcl_gcp" value="GCP — Analítica" style="rounded=1;fillColor=none;strokeColor=#4285F4;dashed=1;verticalAlign=top;fontColor=#4285F4;fontStyle=1;html=1;" vertex="1" parent="1"><mxGeometry x="860" y="500" width="360" height="180" as="geometry"/></mxCell>
        <mxCell id="qic_gcp" value="Optimización y Analítica&#10;&lt;font style=&quot;font-size:8px&quot;&gt;Pub/Sub, Dataflow, BigQuery, Vertex AI&lt;/font&gt;" style="sketch=0;html=1;aspect=fixed;verticalLabelPosition=bottom;verticalAlign=top;align=center;fontSize=9;fillColor=#4285F4;strokeColor=none;shape=mxgraph.gcp2.big_query;" vertex="1" parent="1"><mxGeometry x="1010" y="550" width="60" height="60" as="geometry"/></mxCell>

        <mxCell id="qcl_onp" value="On-premises" style="rounded=1;fillColor=none;strokeColor=#666666;dashed=1;verticalAlign=top;fontColor=#666666;fontStyle=1;html=1;" vertex="1" parent="1"><mxGeometry x="40" y="830" width="360" height="110" as="geometry"/></mxCell>
        <mxCell id="qex_wms" value="WMS — Almacenes" style="rounded=1;whiteSpace=wrap;html=1;fillColor=#8C8496;strokeColor=#736B7D;fontColor=#FFFFFF;" vertex="1" parent="1"><mxGeometry x="70" y="865" width="140" height="50" as="geometry"/></mxCell>
        <mxCell id="qex_erp" value="ERP Financiero" style="rounded=1;whiteSpace=wrap;html=1;fillColor=#8C8496;strokeColor=#736B7D;fontColor=#FFFFFF;" vertex="1" parent="1"><mxGeometry x="230" y="865" width="140" height="50" as="geometry"/></mxCell>
        <mxCell id="qex_tms" value="TMS — Transporte" style="rounded=1;whiteSpace=wrap;html=1;fillColor=#8C8496;strokeColor=#736B7D;fontColor=#FFFFFF;" vertex="1" parent="1"><mxGeometry x="860" y="720" width="140" height="50" as="geometry"/></mxCell>
        <mxCell id="qex_por" value="Portal B2B / CRM" style="rounded=1;whiteSpace=wrap;html=1;fillColor=#8C8496;strokeColor=#736B7D;fontColor=#FFFFFF;" vertex="1" parent="1"><mxGeometry x="1030" y="720" width="140" height="50" as="geometry"/></mxCell>
        <mxCell id="qex_map" value="Mapas y tráfico" style="rounded=1;whiteSpace=wrap;html=1;fillColor=#8C8496;strokeColor=#736B7D;fontColor=#FFFFFF;" vertex="1" parent="1"><mxGeometry x="1240" y="550" width="130" height="50" as="geometry"/></mxCell>

        <mxCell id="qr1" value="Comandos HTTPS/REST" style="endArrow=block;html=1;fontSize=8;" edge="1" parent="1" source="q2_cli" target="qic_apim"><mxGeometry relative="1" as="geometry"/></mxCell>
        <mxCell id="qr2" value="Consultas (CQRS) solo lectura" style="endArrow=block;html=1;fontSize=8;" edge="1" parent="1" source="q2_ope" target="qic_query"><mxGeometry relative="1" as="geometry"/></mxCell>
        <mxCell id="qr3" value="HTTPS · OAuth2+PKCE" style="endArrow=block;html=1;fontSize=8;" edge="1" parent="1" source="q2_con" target="qic_mob"><mxGeometry relative="1" as="geometry"/></mxCell>
        <mxCell id="qr4" value="Comandos de orden" style="endArrow=block;html=1;fontSize=8;" edge="1" parent="1" source="qic_apim" target="qic_oms"><mxGeometry relative="1" as="geometry"/></mxCell>
        <mxCell id="qr5" value="Publica OrdenValidada (Outbox) · AMQP" style="endArrow=block;html=1;fontSize=8;" edge="1" parent="1" source="qic_oms" target="qic_log"><mxGeometry relative="1" as="geometry"/></mxCell>
        <mxCell id="qr6" value="Entrega OrdenValidada · AMQP" style="endArrow=block;html=1;fontSize=8;" edge="1" parent="1" source="qic_log" target="qic_inv"><mxGeometry relative="1" as="geometry"/></mxCell>
        <mxCell id="qr7" value="Publica InventarioReservado/Liberado · AMQP" style="endArrow=block;html=1;fontSize=8;" edge="1" parent="1" source="qic_inv" target="qic_log"><mxGeometry relative="1" as="geometry"/></mxCell>
        <mxCell id="qr8" value="Eventos de reserva/valorización · AMQP" style="endArrow=block;html=1;fontSize=8;" edge="1" parent="1" source="qic_log" target="qic_adap"><mxGeometry relative="1" as="geometry"/></mxCell>
        <mxCell id="qr9" value="Reserva física · VPN" style="endArrow=block;html=1;fontSize=8;" edge="1" parent="1" source="qic_adap" target="qex_wms"><mxGeometry relative="1" as="geometry"/></mxCell>
        <mxCell id="qr10" value="Valorización · VPN" style="endArrow=block;html=1;fontSize=8;" edge="1" parent="1" source="qic_adap" target="qex_erp"><mxGeometry relative="1" as="geometry"/></mxCell>
        <mxCell id="qr11" value="Publica resultado · AMQP" style="endArrow=block;html=1;fontSize=8;" edge="1" parent="1" source="qic_adap" target="qic_log"><mxGeometry relative="1" as="geometry"/></mxCell>
        <mxCell id="qr12" value="Proyecta estados/disponibilidad" style="endArrow=block;html=1;fontSize=8;" edge="1" parent="1" source="qic_log" target="qic_query"><mxGeometry relative="1" as="geometry"/></mxCell>
        <mxCell id="qr13" value="Eventos despacho/ruta · AMQP→HTTPS" style="endArrow=block;html=1;fontSize=8;" edge="1" parent="1" source="qic_log" target="qic_mob"><mxGeometry relative="1" as="geometry"/></mxCell>
        <mxCell id="qr14" value="Sync offline" style="endArrow=block;html=1;fontSize=8;" edge="1" parent="1" source="qic_mob" target="qic_ddb"><mxGeometry relative="1" as="geometry"/></mxCell>
        <mxCell id="qr15" value="Evidencias · KMS" style="endArrow=block;html=1;fontSize=8;" edge="1" parent="1" source="qic_mob" target="qic_s3"><mxGeometry relative="1" as="geometry"/></mxCell>
        <mxCell id="qr16" value="Publica tracking/evidencia · HTTPS→AMQP" style="endArrow=block;html=1;fontSize=8;" edge="1" parent="1" source="qic_mob" target="qic_log"><mxGeometry relative="1" as="geometry"/></mxCell>
        <mxCell id="qr17" value="Stream de eventos · AMQP→Pub/Sub" style="endArrow=block;html=1;fontSize=8;" edge="1" parent="1" source="qic_log" target="qic_gcp"><mxGeometry relative="1" as="geometry"/></mxCell>
        <mxCell id="qr18" value="Estados y excepciones" style="endArrow=block;html=1;fontSize=8;" edge="1" parent="1" source="qic_log" target="qex_por"><mxGeometry relative="1" as="geometry"/></mxCell>
        <mxCell id="qr19" value="Despacho y entregas" style="endArrow=block;html=1;fontSize=8;" edge="1" parent="1" source="qic_log" target="qex_tms"><mxGeometry relative="1" as="geometry"/></mxCell>
        <mxCell id="qr20" value="Rutas optimizadas" style="endArrow=block;html=1;fontSize=8;" edge="1" parent="1" source="qic_gcp" target="qex_tms"><mxGeometry relative="1" as="geometry"/></mxCell>
        <mxCell id="qr21" value="Tráfico y ETA" style="endArrow=block;html=1;fontSize=8;" edge="1" parent="1" source="qic_gcp" target="qex_map"><mxGeometry relative="1" as="geometry"/></mxCell>
      </root>
    </mxGraphModel>
  </diagram>

  <diagram id="B-N3" name="B · Nivel 3 Componentes Inventario">
    <mxGraphModel dx="1200" dy="800" grid="1" gridSize="10" guides="1" tooltips="1" connect="1" arrows="1" fold="1" page="1" pageScale="1" pageWidth="1500" pageHeight="900" math="0" shadow="0">
      <root>
        <mxCell id="0" />
        <mxCell id="1" parent="0" />
        <mxCell id="tb3" value="Alternativa B (Coreografiada) — C4 Nivel 3: Componentes del Servicio de Inventario" style="text;html=1;fontSize=16;fontStyle=1;align=left;" vertex="1" parent="1"><mxGeometry x="40" y="20" width="1000" height="30" as="geometry"/></mxCell>

        <mxCell id="y_log" value="Log de Eventos&#10;(Event Hubs + Service Bus)" style="rounded=1;whiteSpace=wrap;html=1;fillColor=#8C8496;strokeColor=#736B7D;fontColor=#FFFFFF;fontSize=9;" vertex="1" parent="1"><mxGeometry x="60" y="120" width="150" height="60" as="geometry"/></mxCell>
        <mxCell id="y_invdb" value="BD de Inventario&#10;(Azure SQL: estado + inbox/outbox)" style="shape=cylinder3;whiteSpace=wrap;html=1;fillColor=#8C8496;strokeColor=#736B7D;fontColor=#FFFFFF;fontSize=9;boundedLbl=1;backgroundOutline=1;" vertex="1" parent="1"><mxGeometry x="1280" y="300" width="130" height="70" as="geometry"/></mxCell>
        <mxCell id="y_read" value="Servicio de Consultas (CQRS)&#10;(AKS + Azure SQL)" style="rounded=1;whiteSpace=wrap;html=1;fillColor=#8C8496;strokeColor=#736B7D;fontColor=#FFFFFF;fontSize=9;" vertex="1" parent="1"><mxGeometry x="1280" y="620" width="150" height="60" as="geometry"/></mxCell>
        <mxCell id="y_iam" value="Identidad y Secretos&#10;(Entra ID + Key Vault)" style="rounded=1;whiteSpace=wrap;html=1;fillColor=#8C8496;strokeColor=#736B7D;fontColor=#FFFFFF;fontSize=9;" vertex="1" parent="1"><mxGeometry x="60" y="740" width="150" height="50" as="geometry"/></mxCell>

        <mxCell id="bnd_inv" value="Servicio de Inventario (coreografiado)" style="rounded=1;fillColor=none;strokeColor=#0B4884;dashed=1;verticalAlign=top;fontColor=#0B4884;fontStyle=1;html=1;" vertex="1" parent="1"><mxGeometry x="300" y="100" width="920" height="680" as="geometry"/></mxCell>
        <mxCell id="d_inbox" value="&lt;b&gt;Consumidor de Eventos (Inbox)&lt;/b&gt;&lt;br&gt;&lt;font style=&quot;font-size:8px&quot;&gt;Deduplica por identificador de evento&lt;/font&gt;" style="rounded=1;whiteSpace=wrap;html=1;fillColor=#4B9CE2;strokeColor=#2E6295;fontColor=#FFFFFF;fontSize=9;" vertex="1" parent="1"><mxGeometry x="340" y="150" width="200" height="60" as="geometry"/></mxCell>
        <mxCell id="d_res" value="&lt;b&gt;Manejador de Reserva&lt;/b&gt;&lt;br&gt;&lt;font style=&quot;font-size:8px&quot;&gt;Reserva atómica: Reservado o Insuficiente&lt;/font&gt;" style="rounded=1;whiteSpace=wrap;html=1;fillColor=#85BBF0;strokeColor=#5D82A8;fontSize=9;" vertex="1" parent="1"><mxGeometry x="620" y="140" width="200" height="60" as="geometry"/></mxCell>
        <mxCell id="d_comp" value="&lt;b&gt;Manejador de Compensación&lt;/b&gt;&lt;br&gt;&lt;font style=&quot;font-size:8px&quot;&gt;Libera reserva al oír ValorizaciónRechazada&lt;/font&gt;" style="rounded=1;whiteSpace=wrap;html=1;fillColor=#85BBF0;strokeColor=#5D82A8;fontSize=9;" vertex="1" parent="1"><mxGeometry x="620" y="240" width="200" height="60" as="geometry"/></mxCell>
        <mxCell id="d_aud" value="&lt;b&gt;Registro Auditable de Movimientos&lt;/b&gt;&lt;br&gt;&lt;font style=&quot;font-size:8px&quot;&gt;Actor, motivo, correlation ID&lt;/font&gt;" style="rounded=1;whiteSpace=wrap;html=1;fillColor=#85BBF0;strokeColor=#5D82A8;fontSize=9;" vertex="1" parent="1"><mxGeometry x="900" y="190" width="200" height="60" as="geometry"/></mxCell>
        <mxCell id="d_recon" value="&lt;b&gt;Reconciliador&lt;/b&gt;&lt;br&gt;&lt;font style=&quot;font-size:8px&quot;&gt;Conflictos con almacenes al reconectar&lt;/font&gt;" style="rounded=1;whiteSpace=wrap;html=1;fillColor=#85BBF0;strokeColor=#5D82A8;fontSize=9;" vertex="1" parent="1"><mxGeometry x="620" y="360" width="200" height="60" as="geometry"/></mxCell>
        <mxCell id="d_out" value="&lt;b&gt;Publicador Outbox&lt;/b&gt;&lt;br&gt;&lt;font style=&quot;font-size:8px&quot;&gt;Publica Reservado/Insuficiente/Liberado&lt;/font&gt;" style="rounded=1;whiteSpace=wrap;html=1;fillColor=#85BBF0;strokeColor=#5D82A8;fontSize=9;" vertex="1" parent="1"><mxGeometry x="900" y="360" width="200" height="60" as="geometry"/></mxCell>
        <mxCell id="d_proj" value="&lt;b&gt;Proyector de Disponibilidad&lt;/b&gt;&lt;br&gt;&lt;font style=&quot;font-size:8px&quot;&gt;Actualiza proyección desde eventos&lt;/font&gt;" style="rounded=1;whiteSpace=wrap;html=1;fillColor=#85BBF0;strokeColor=#5D82A8;fontSize=9;" vertex="1" parent="1"><mxGeometry x="900" y="480" width="200" height="60" as="geometry"/></mxCell>

        <mxCell id="z1" value="OrdenValidada / ValorizaciónRechazada · AMQP" style="endArrow=block;html=1;fontSize=8;" edge="1" parent="1" source="y_log" target="d_inbox"><mxGeometry relative="1" as="geometry"/></mxCell>
        <mxCell id="z2" value="Orden nueva" style="endArrow=block;html=1;fontSize=8;" edge="1" parent="1" source="d_inbox" target="d_res"><mxGeometry relative="1" as="geometry"/></mxCell>
        <mxCell id="z3" value="Valorización rechazada" style="endArrow=block;html=1;fontSize=8;" edge="1" parent="1" source="d_inbox" target="d_comp"><mxGeometry relative="1" as="geometry"/></mxCell>
        <mxCell id="z4" value="Registra" style="endArrow=block;html=1;fontSize=8;" edge="1" parent="1" source="d_res" target="d_aud"><mxGeometry relative="1" as="geometry"/></mxCell>
        <mxCell id="z5" value="Registra" style="endArrow=block;html=1;fontSize=8;" edge="1" parent="1" source="d_comp" target="d_aud"><mxGeometry relative="1" as="geometry"/></mxCell>
        <mxCell id="z6" value="Reserva atómica · TDS" style="endArrow=block;html=1;fontSize=8;" edge="1" parent="1" source="d_res" target="y_invdb"><mxGeometry relative="1" as="geometry"/></mxCell>
        <mxCell id="z7" value="Libera · TDS" style="endArrow=block;html=1;fontSize=8;" edge="1" parent="1" source="d_comp" target="y_invdb"><mxGeometry relative="1" as="geometry"/></mxCell>
        <mxCell id="z8" value="Concilia · TDS" style="endArrow=block;html=1;fontSize=8;" edge="1" parent="1" source="d_recon" target="y_invdb"><mxGeometry relative="1" as="geometry"/></mxCell>
        <mxCell id="z9" value="Lee outbox · TDS" style="endArrow=block;html=1;fontSize=8;" edge="1" parent="1" source="d_out" target="y_invdb"><mxGeometry relative="1" as="geometry"/></mxCell>
        <mxCell id="z10" value="Publica resultado · AMQP" style="endArrow=block;html=1;fontSize=8;" edge="1" parent="1" source="d_out" target="y_log"><mxGeometry relative="1" as="geometry"/></mxCell>
        <mxCell id="z11" value="Eventos confirmados · AMQP" style="endArrow=block;html=1;fontSize=8;" edge="1" parent="1" source="y_log" target="d_proj"><mxGeometry relative="1" as="geometry"/></mxCell>
        <mxCell id="z12" value="Actualiza proyección · TDS" style="endArrow=block;html=1;fontSize=8;" edge="1" parent="1" source="d_proj" target="y_read"><mxGeometry relative="1" as="geometry"/></mxCell>
        <mxCell id="z13" value="Secretos · Key Vault" style="endArrow=block;html=1;dashed=1;fontSize=8;" edge="1" parent="1" source="d_out" target="y_iam"><mxGeometry relative="1" as="geometry"/></mxCell>
      </root>
    </mxGraphModel>
  </diagram>
</mxfile>
